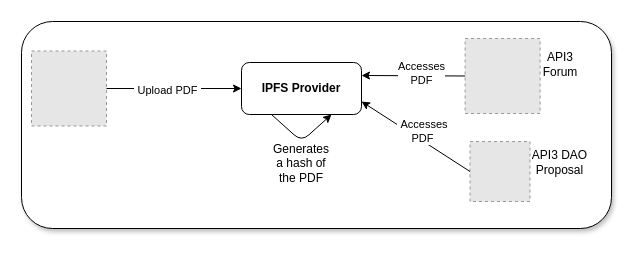
api3dao/vitepress-docs keeps this draw.io diagram as docs/guides/assets/diagrams/ipfs-proposals.drawio. Above is the earlier version. Source tidied: cells renumbered, new cells numbered last; positions are measured from the earlier drawing's top-left corner, leaving out a move shared by most shapes. Both pictures are drawn from the tidied source at 100%, with x=0, y=0 at pixel (21, 21). Pictures stored in the file or linked from it are replaced by grey dashed boxes.
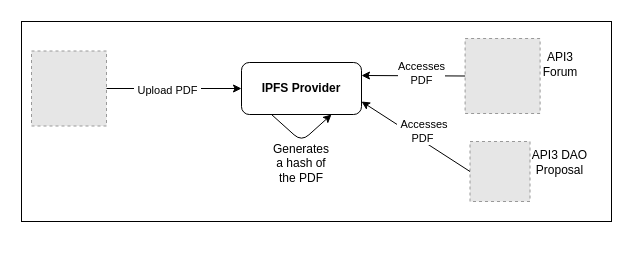
The same diagram, later.

Diff of the diagram source:
```diff
@@
-    <mxCell id="2" style="rounded=1;whiteSpace=wrap;html=1;shadow=1;" parent="1" vertex="1">
-      <mxGeometry width="590" height="207" as="geometry" />
+    <mxCell id="2" style="rounded=0;whiteSpace=wrap;html=1;shadow=0;" parent="1" vertex="1">
+      <mxGeometry width="590" height="200" as="geometry" />
     </mxCell>
```
